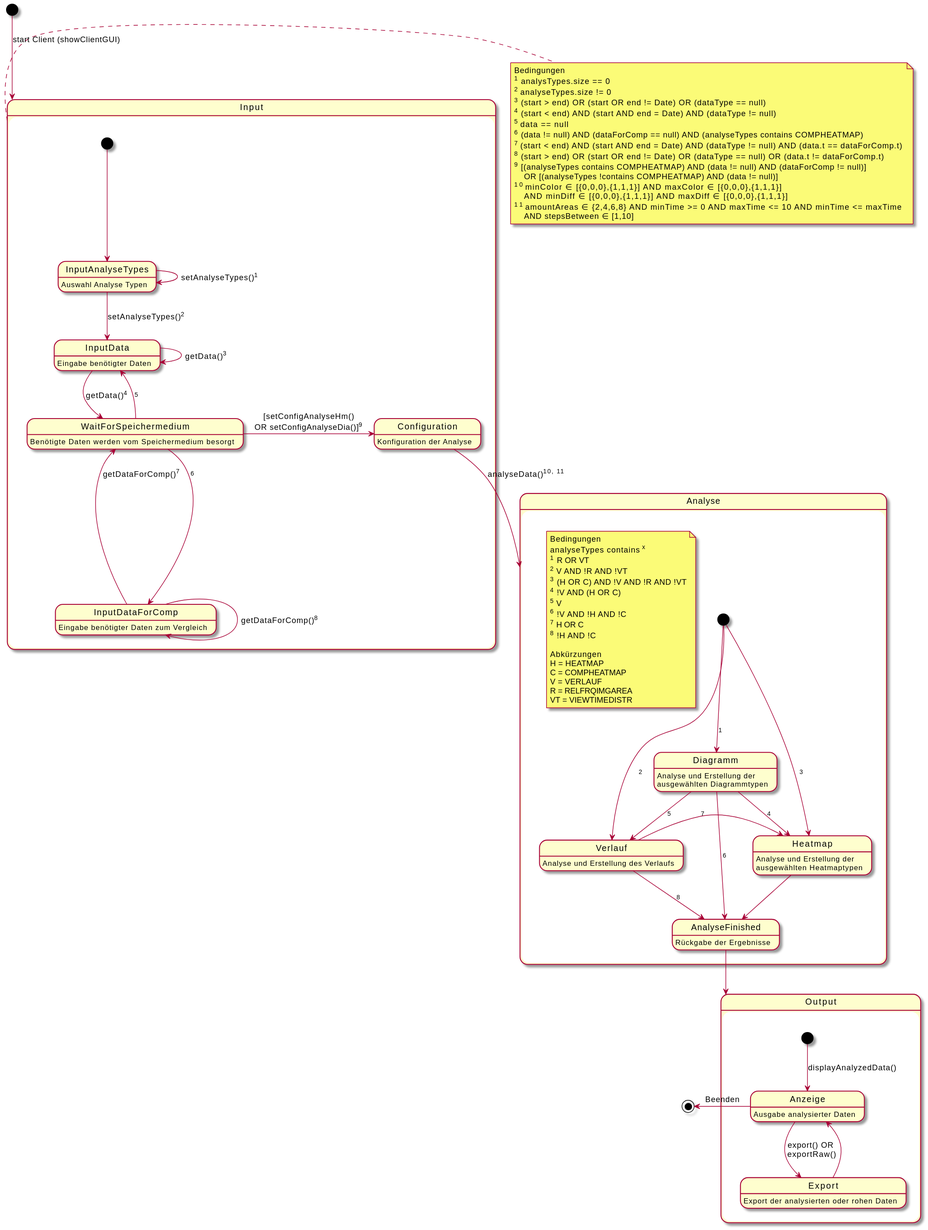
Before: uml-state/analyseclient/zustand-analyseclient.svg, a diagram exported from PlantUML (weichware-10/dokumente).
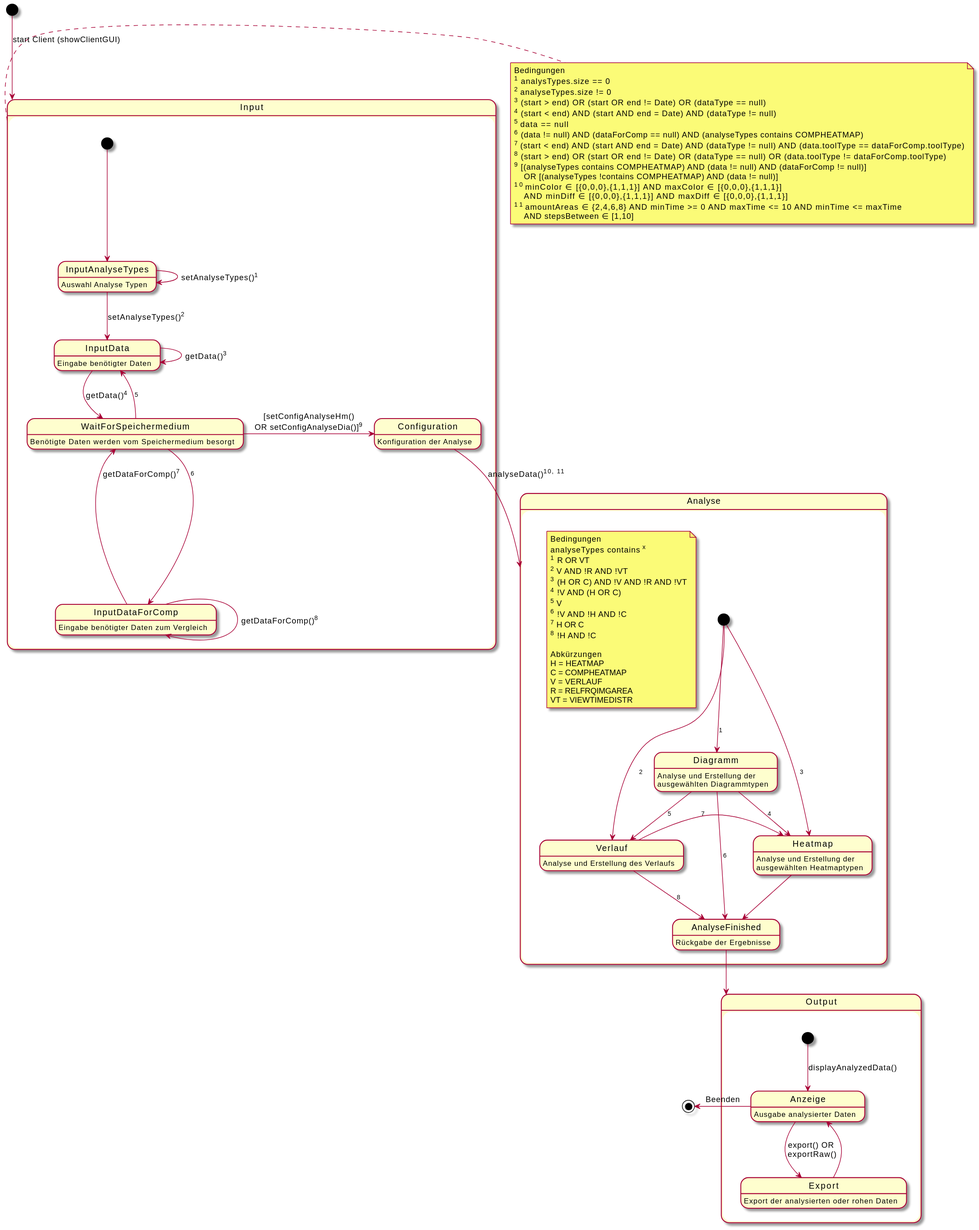
The same file after the commit.

Commit message:
[chore] rendered SVGs

Diff of the diagram source:
```diff
@@ -7,8 +7,8 @@
     <sup>4</sup> (start < end) AND (start AND end = Date) AND (dataType != null)
     <sup>5</sup> data == null
     <sup>6</sup> (data != null) AND (dataForComp == null) AND (analyseTypes contains COMPHEATMAP)
-    <sup>7</sup> (start < end) AND (start AND end = Date) AND (dataType != null) AND (data.t == dataForComp.t)
-    <sup>8</sup> (start > end) OR (start OR end != Date) OR (dataType == null) OR (data.t != dataForComp.t)
+    <sup>7</sup> (start < end) AND (start AND end = Date) AND (dataType != null) AND (data.toolType == dataForComp.toolType)
+    <sup>8</sup> (start > end) OR (start OR end != Date) OR (dataType == null) OR (data.toolType != dataForComp.toolType)
     <sup>9</sup> [(analyseTypes contains COMPHEATMAP) AND (data != null) AND (dataForComp != null)]
         OR [(analyseTypes !contains COMPHEATMAP) AND (data != null)]
     <sup>10</sup> minColor ∈ [{0,0,0},{1,1,1}] AND maxColor ∈ [{0,0,0},{1,1,1}]
```
